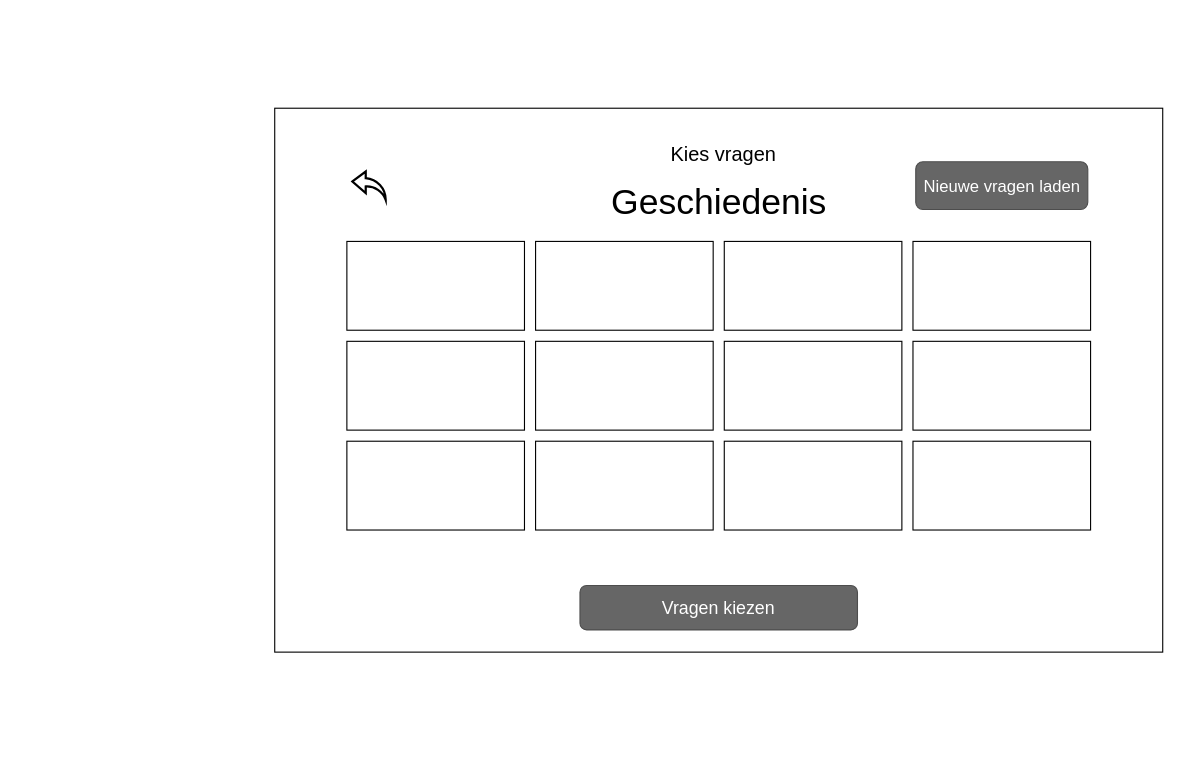
Earlier version of the draw.io diagram page "Master (question select)" (6 of 13) of wireframes.drawio (Patrickroelofs/HANICA-DWA-Quizzer). Source tidied: cells renumbered, new cells numbered last; positions are measured from the earlier drawing's top-left corner, leaving out a move shared by most shapes. Both pictures are drawn from the tidied source at 111%, with x=0, y=0 at pixel (274, 108).
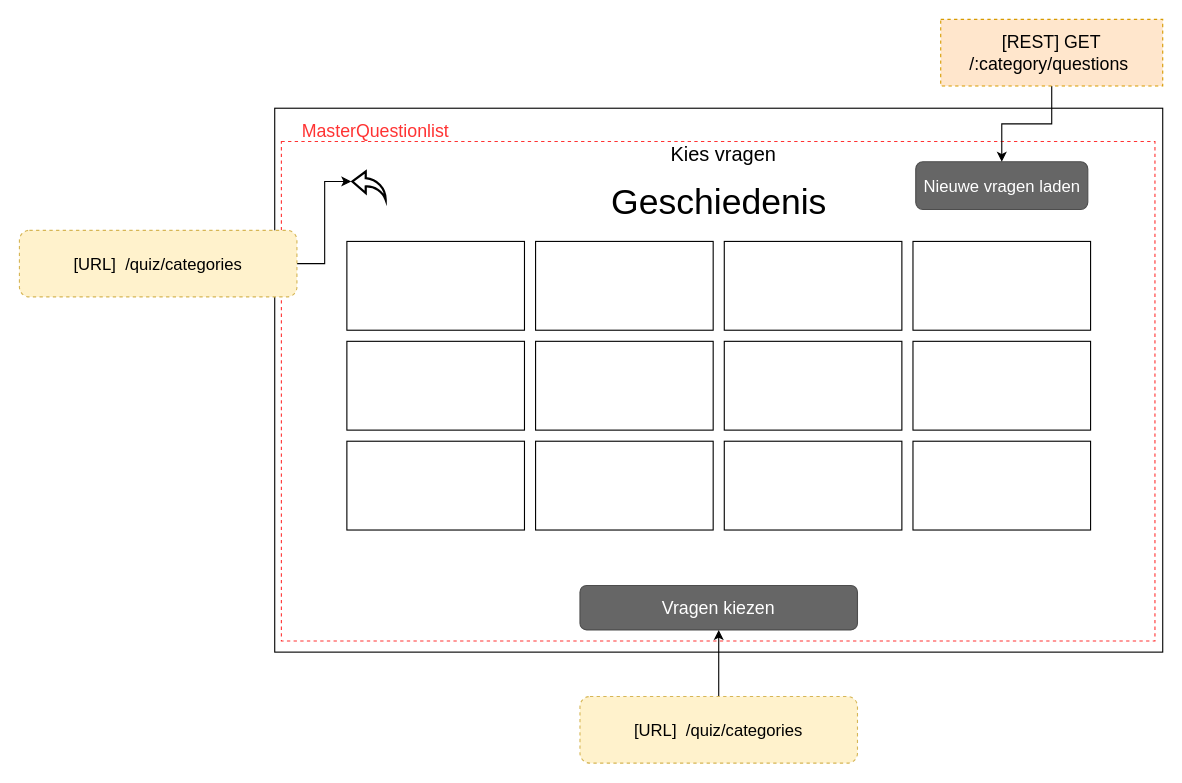
Above is the later version.

The change refers to these unchanged cells:
```xml
<mxCell id="4" value="&lt;font style=&quot;font-size: 16px&quot;&gt;Vragen kiezen&lt;/font&gt;" style="rounded=1;html=1;shadow=0;dashed=0;whiteSpace=wrap;fontSize=10;fillColor=#666666;align=center;strokeColor=#4D4D4D;fontColor=#ffffff;" parent="1" vertex="1">
  <mxGeometry x="275" y="430" width="250" height="40" as="geometry" />
</mxCell>
<mxCell id="18" value="&lt;font style=&quot;font-size: 15px;&quot;&gt;Nieuwe vragen laden&lt;/font&gt;" style="rounded=1;html=1;shadow=0;dashed=0;whiteSpace=wrap;fontSize=15;fillColor=#666666;align=center;strokeColor=#4D4D4D;fontColor=#ffffff;" parent="1" vertex="1">
  <mxGeometry x="577.5" y="48.2" width="155" height="43" as="geometry" />
</mxCell>
<mxCell id="19" style="html=1;verticalLabelPosition=bottom;align=center;labelBackgroundColor=#ffffff;verticalAlign=top;strokeWidth=2;shadow=0;dashed=0;shape=mxgraph.ios7.icons.back;fillColor=#ffffff;fontSize=15;" parent="1" vertex="1">
  <mxGeometry x="70" y="57" width="30" height="25.5" as="geometry" />
</mxCell>
```

The edit, as a diff of the source:
```diff
@@
+    <mxCell id="20" style="rounded=0;whiteSpace=wrap;html=1;dashed=1;labelBackgroundColor=none;strokeColor=#FF3333;fillColor=none;fontSize=16;fontColor=#FF3333;align=center;" parent="1" vertex="1">
+      <mxGeometry x="6" y="30" width="787" height="450" as="geometry" />
+    </mxCell>
@@
+    <mxCell id="21" style="edgeStyle=orthogonalEdgeStyle;rounded=0;jettySize=auto;html=1;entryX=0.5;entryY=1;entryDx=0;entryDy=0;fontSize=16;fontColor=#FF3333;" parent="1" edge="1" source="22" target="4">
+      <mxGeometry relative="1" as="geometry" />
+    </mxCell>
+    <mxCell id="22" value="&lt;span style=&quot;font-size: 15px&quot;&gt;[URL]&amp;nbsp; /quiz/categories&lt;/span&gt;" style="rounded=1;whiteSpace=wrap;html=1;dashed=1;labelBackgroundColor=none;strokeColor=#d6b656;fillColor=#fff2cc;fontSize=16;align=center;" parent="1" vertex="1">
+      <mxGeometry x="275" y="530" width="250" height="60" as="geometry" />
+    </mxCell>
+    <mxCell id="23" style="edgeStyle=orthogonalEdgeStyle;rounded=0;jettySize=auto;html=1;entryX=-0.033;entryY=0.353;entryDx=0;entryDy=0;entryPerimeter=0;fontSize=16;fontColor=#FF3333;" parent="1" edge="1" source="24" target="19">
+      <mxGeometry relative="1" as="geometry" />
+    </mxCell>
+    <mxCell id="24" value="&lt;span style=&quot;font-size: 15px&quot;&gt;[URL]&amp;nbsp; /quiz/categories&lt;/span&gt;" style="rounded=1;whiteSpace=wrap;html=1;dashed=1;labelBackgroundColor=none;strokeColor=#d6b656;fillColor=#fff2cc;fontSize=16;align=center;" parent="1" vertex="1">
+      <mxGeometry x="-230" y="110" width="250" height="60" as="geometry" />
+    </mxCell>
+    <mxCell id="25" value="MasterQuestionlist" style="text;html=1;strokeColor=none;fillColor=none;align=center;verticalAlign=middle;whiteSpace=wrap;rounded=0;dashed=1;labelBackgroundColor=none;fontSize=16;fontColor=#FF3333;" parent="1" vertex="1">
+      <mxGeometry x="6" y="10" width="170" height="20" as="geometry" />
+    </mxCell>
+    <mxCell id="26" style="edgeStyle=orthogonalEdgeStyle;rounded=0;jettySize=auto;html=1;entryX=0.5;entryY=0;entryDx=0;entryDy=0;fontSize=16;fontColor=#FF3333;" parent="1" edge="1" source="27" target="18">
+      <mxGeometry relative="1" as="geometry" />
+    </mxCell>
+    <mxCell id="27" value="[REST] GET /:category/questions&amp;nbsp;" style="rounded=0;whiteSpace=wrap;html=1;dashed=1;labelBackgroundColor=none;strokeColor=#d79b00;fillColor=#ffe6cc;fontSize=16;align=center;" parent="1" vertex="1">
+      <mxGeometry x="600" y="-80" width="200" height="60" as="geometry" />
+    </mxCell>
```
